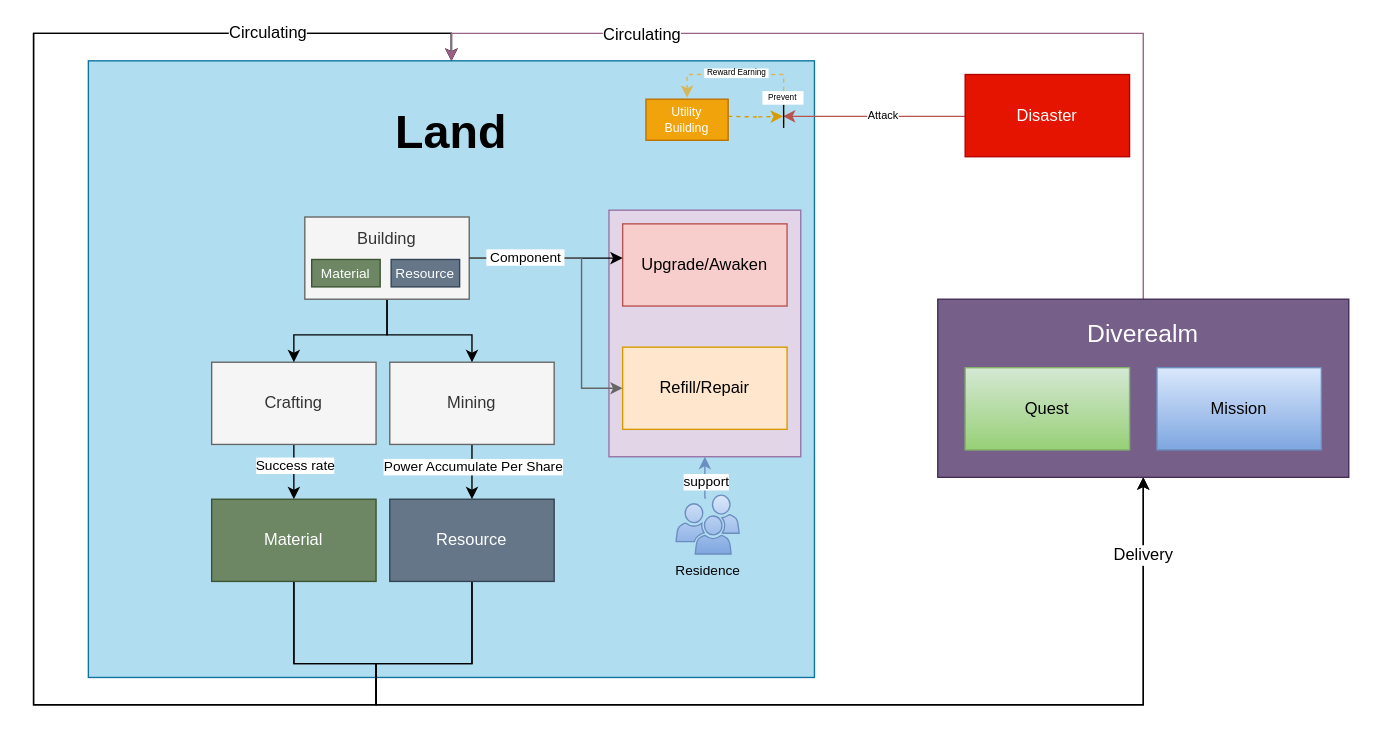
Above: core game work flow.drawio in memberteen/craftdefi-ecosystem (draw.io), before the change. Source tidied: cells renumbered, new cells numbered last; positions are measured from the earlier drawing's top-left corner, leaving out a move shared by most shapes. Both pictures are drawn from the tidied source at 137%, with x=0, y=0 at pixel (33, 33).
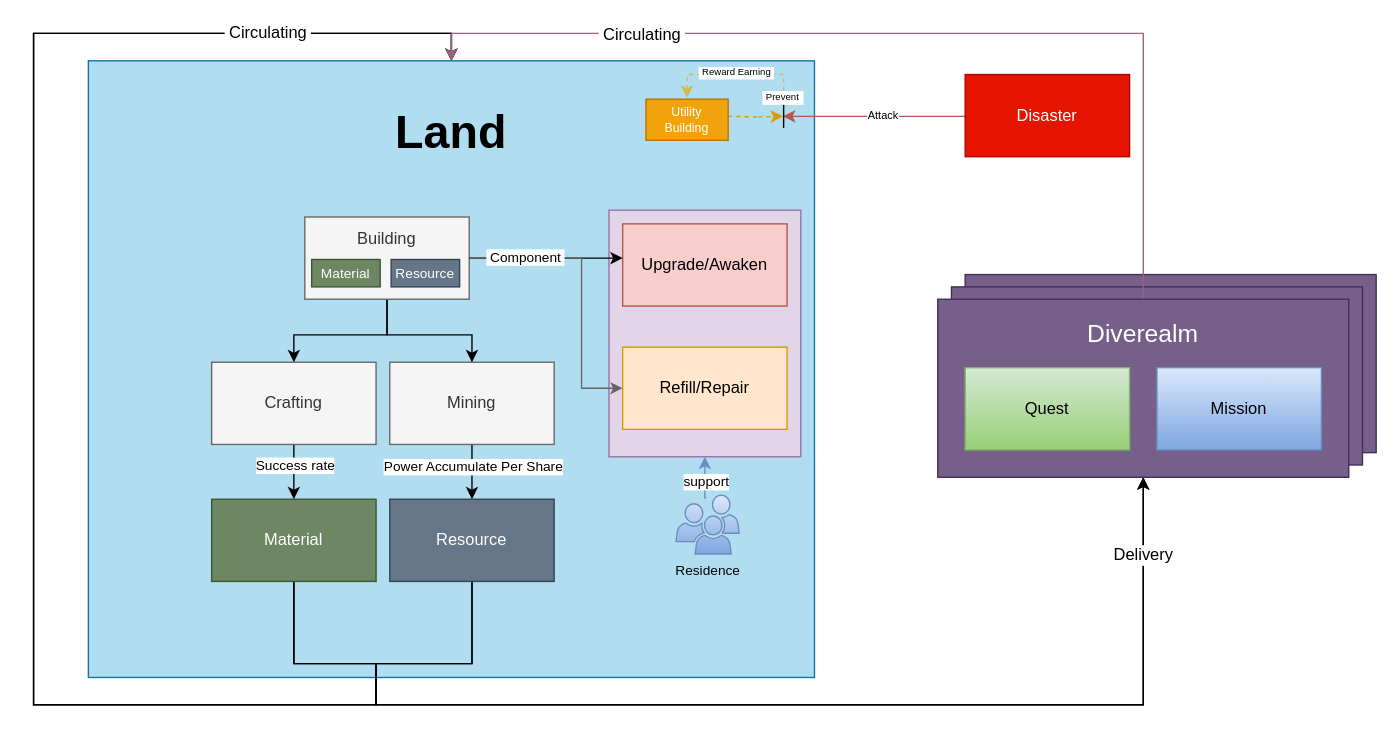
The same diagram, later.

Unchanged cells that the change refers to:
```xml
<mxCell id="15" style="edgeStyle=orthogonalEdgeStyle;rounded=0;jettySize=auto;html=1;exitX=0.5;exitY=1;exitDx=0;exitDy=0;entryX=0.5;entryY=0;entryDx=0;entryDy=0;fontSize=8;startArrow=none;startFill=0;endArrow=classic;endFill=1;" parent="1" edge="1" source="18" target="2">
  <mxGeometry relative="1" as="geometry">
    <Array as="points">
      <mxPoint x="190" y="459.9" />
      <mxPoint x="250" y="459.9" />
      <mxPoint x="250" y="489.9" />
      <mxPoint y="489.9" />
      <mxPoint y="-0.1" />
      <mxPoint x="305" y="-0.1" />
    </Array>
  </mxGeometry>
</mxCell>
<mxCell id="21" style="edgeStyle=orthogonalEdgeStyle;rounded=0;jettySize=auto;html=1;exitX=0.5;exitY=0;exitDx=0;exitDy=0;entryX=0.5;entryY=0;entryDx=0;entryDy=0;fontSize=10;fontColor=#FFFFFF;startArrow=none;startFill=0;endArrow=classic;endFill=1;fillColor=#e6d0de;gradientColor=#d5739d;strokeColor=#996185;" parent="1" edge="1" source="23" target="2">
  <mxGeometry relative="1" as="geometry">
    <Array as="points">
      <mxPoint x="810" y="-0.1" />
      <mxPoint x="305" y="-0.1" />
    </Array>
  </mxGeometry>
</mxCell>
<mxCell id="28" style="edgeStyle=orthogonalEdgeStyle;rounded=0;orthogonalLoop=1;jettySize=auto;html=1;exitX=0.5;exitY=0;exitDx=0;exitDy=0;fontSize=6;startArrow=classic;startFill=1;endArrow=none;endFill=0;dashed=1;fillColor=#fff2cc;gradientColor=#ffd966;strokeColor=#d6b656;" parent="1" edge="1">
  <mxGeometry relative="1" as="geometry">
    <mxPoint x="477" y="46.9" as="sourcePoint" />
    <mxPoint x="547.5" y="68.9" as="targetPoint" />
    <Array as="points">
      <mxPoint x="477" y="29.9" />
      <mxPoint x="547" y="29.9" />
    </Array>
  </mxGeometry>
</mxCell>
```

Diff of the diagram source:
```diff
@@
+    <mxCell id="44" style="rounded=0;whiteSpace=wrap;html=1;fillColor=#76608a;fontColor=#ffffff;strokeColor=#432D57;" parent="1" vertex="1">
+      <mxGeometry x="680" y="175.9" width="300" height="130" as="geometry" />
+    </mxCell>
+    <mxCell id="45" style="rounded=0;whiteSpace=wrap;html=1;fillColor=#76608a;fontColor=#ffffff;strokeColor=#432D57;" parent="1" vertex="1">
+      <mxGeometry x="670" y="184.9" width="300" height="130" as="geometry" />
+    </mxCell>
@@
-    <mxCell id="16" value="Circulating" style="edgeLabel;html=1;align=center;verticalAlign=middle;fontSize=12;" parent="15" vertex="1">
+    <mxCell id="16" value="&amp;nbsp;Circulating&amp;nbsp;" style="edgeLabel;html=1;align=center;verticalAlign=middle;fontSize=12;" parent="15" vertex="1">
       <mxGeometry x="0.05" y="2" relative="1" as="geometry">
         <mxPoint x="172" y="-252" as="offset" />
       </mxGeometry>
     </mxCell>
@@
-    <mxCell id="22" value="&lt;span style=&quot;color: rgb(0, 0, 0); font-size: 12px;&quot;&gt;Circulating&lt;/span&gt;" style="edgeLabel;html=1;align=center;verticalAlign=middle;fontSize=10;fontColor=#FFFFFF;" parent="21" vertex="1">
+    <mxCell id="22" value="&lt;span style=&quot;color: rgb(0, 0, 0); font-size: 12px;&quot;&gt;&amp;nbsp;Circulating&amp;nbsp;&lt;/span&gt;" style="edgeLabel;html=1;align=center;verticalAlign=middle;fontSize=10;fontColor=#FFFFFF;" parent="21" vertex="1">
       <mxGeometry x="0.66" y="-2" relative="1" as="geometry">
         <mxPoint x="36" y="3" as="offset" />
       </mxGeometry>
     </mxCell>
@@
-    <mxCell id="29" value="&lt;font style=&quot;font-size: 6px;&quot;&gt;&amp;nbsp;Reward Earning&amp;nbsp;&lt;/font&gt;" style="edgeLabel;html=1;align=center;verticalAlign=middle;fontSize=6;" parent="28" vertex="1">
+    <mxCell id="29" value="&lt;font style=&quot;font-size: 7px;&quot;&gt;&amp;nbsp;Reward Earning&amp;nbsp;&lt;/font&gt;" style="edgeLabel;html=1;align=center;verticalAlign=middle;fontSize=7;" parent="28" vertex="1">
       <mxGeometry x="-0.24" y="1" relative="1" as="geometry">
         <mxPoint x="4" as="offset" />
       </mxGeometry>
     </mxCell>
@@
-    <mxCell id="32" value="Prevent" style="text;html=1;strokeColor=none;fillColor=default;align=center;verticalAlign=middle;whiteSpace=wrap;rounded=0;fontSize=6;" parent="1" vertex="1">
-      <mxGeometry x="532" y="42" width="30" height="9.9" as="geometry" />
+    <mxCell id="32" value="Prevent" style="text;html=1;strokeColor=none;fillColor=default;align=center;verticalAlign=middle;whiteSpace=wrap;rounded=0;fontSize=7;" parent="1" vertex="1">
+      <mxGeometry x="532" y="42" width="30" height="10" as="geometry" />
     </mxCell>
```
